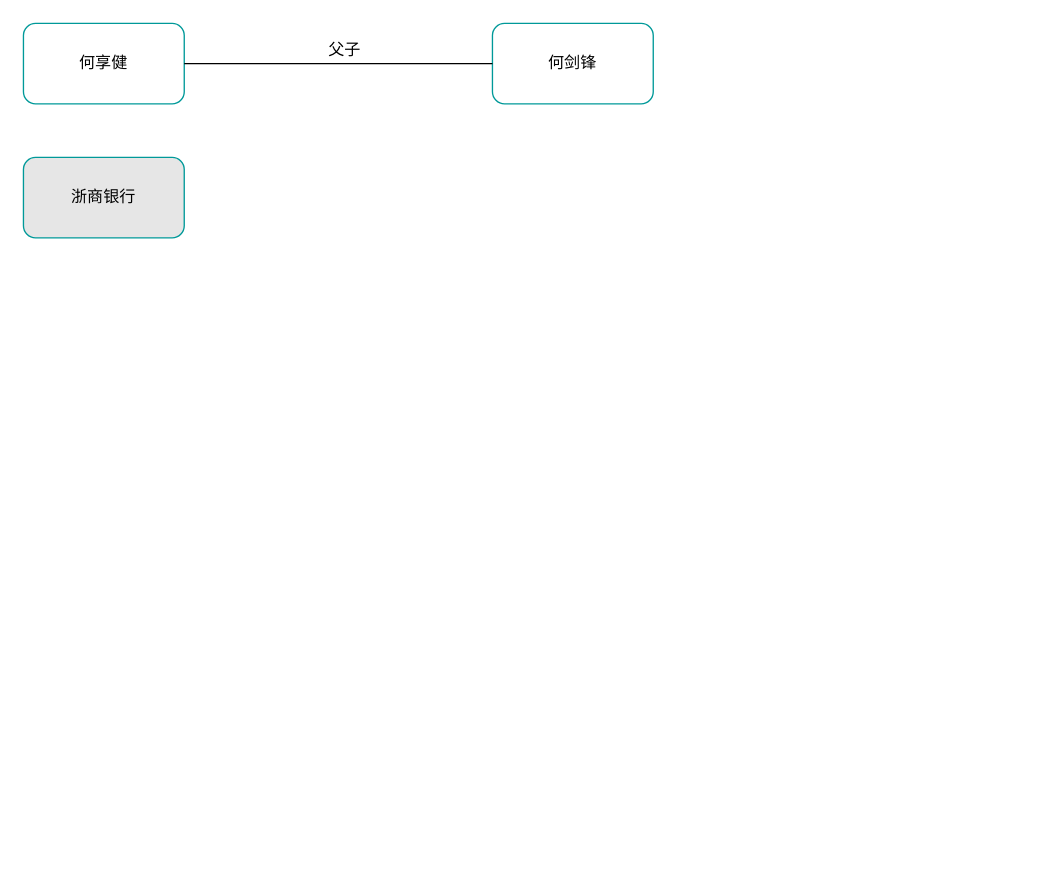
Above: Untitled Diagram.drawio in maofeifei/gitdemo (draw.io), before the change. Source tidied: cells renumbered, new cells numbered last; positions are measured from the earlier drawing's top-left corner, leaving out a move shared by most shapes. Both pictures are drawn from the tidied source at 134%, with x=0, y=0 at pixel (23, 23).
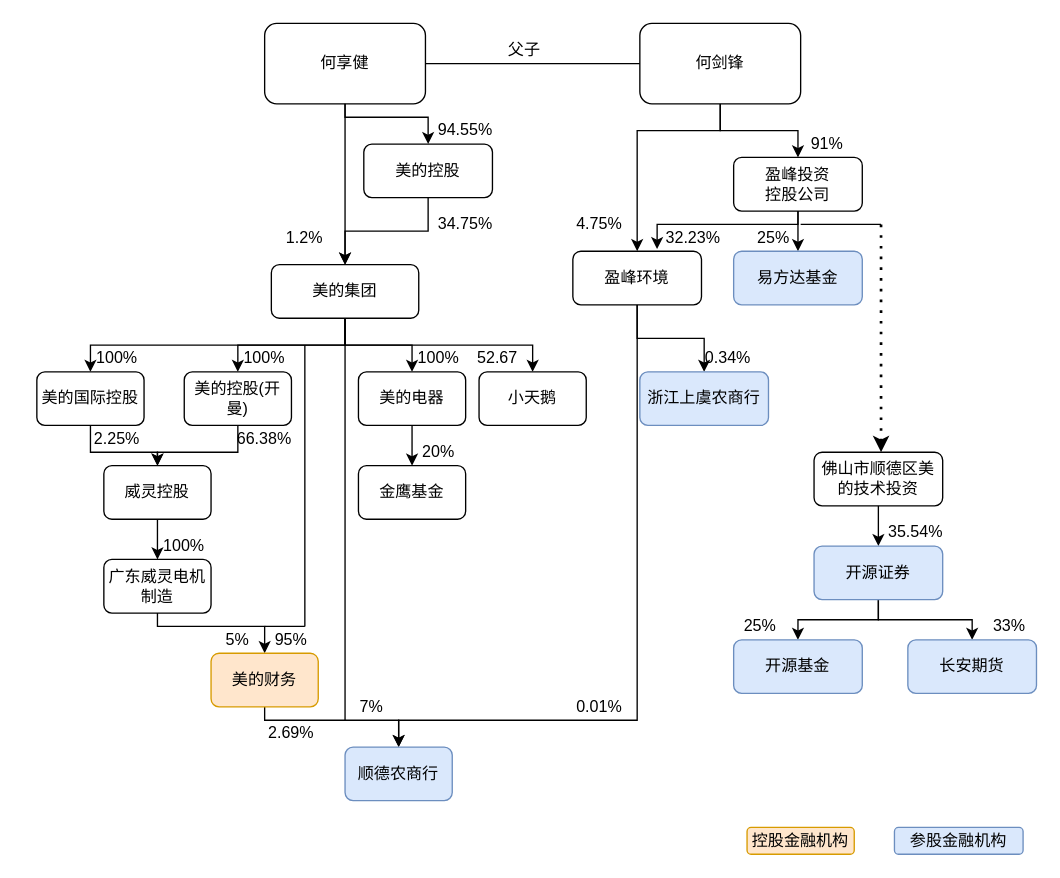
The same diagram, later.

Diff of the diagram source:
```diff
@@
+    <mxCell id="7" style="edgeStyle=orthogonalEdgeStyle;rounded=0;jettySize=auto;html=1;exitX=0.5;exitY=1;exitDx=0;exitDy=0;entryX=0.5;entryY=0;entryDx=0;entryDy=0;" parent="1" edge="1" source="2" target="17">
+      <mxGeometry relative="1" as="geometry">
+        <Array as="points">
+          <mxPoint x="240" y="70" />
+          <mxPoint x="302" y="70" />
+        </Array>
+      </mxGeometry>
+    </mxCell>
-    <mxCell id="2" value="何享健" style="rounded=1;whiteSpace=wrap;html=1;strokeColor=#009999;" parent="1" vertex="1">
-      <mxGeometry width="120" height="60" as="geometry" />
+    <mxCell id="2" value="何享健" style="rounded=1;whiteSpace=wrap;html=1;" parent="1" vertex="1">
+      <mxGeometry x="180" width="120" height="60" as="geometry" />
     </mxCell>
+    <mxCell id="8" style="edgeStyle=orthogonalEdgeStyle;jettySize=auto;html=1;dashed=1;dashPattern=1 3;endArrow=none;strokeWidth=2;strokeColor=none;" parent="1" edge="1" source="3">
+      <mxGeometry relative="1" as="geometry">
+        <mxPoint x="220" y="240" as="targetPoint" />
+      </mxGeometry>
+    </mxCell>
+    <mxCell id="9" style="edgeStyle=orthogonalEdgeStyle;jumpSize=6;jettySize=auto;html=1;entryX=0.5;entryY=0;entryDx=0;entryDy=0;endArrow=classic;strokeWidth=1;rounded=0;jumpStyle=none;endFill=1;" parent="1" edge="1" source="3" target="38">
+      <mxGeometry relative="1" as="geometry" />
+    </mxCell>
+    <mxCell id="10" style="edgeStyle=orthogonalEdgeStyle;rounded=0;jumpStyle=none;jumpSize=6;jettySize=auto;html=1;endArrow=classic;endFill=1;strokeWidth=1;" parent="1" edge="1" source="3" target="36">
+      <mxGeometry relative="1" as="geometry" />
+    </mxCell>
+    <mxCell id="11" style="edgeStyle=orthogonalEdgeStyle;rounded=0;jumpStyle=none;jumpSize=6;jettySize=auto;html=1;entryX=0.5;entryY=0;entryDx=0;entryDy=0;endArrow=classic;endFill=1;strokeWidth=1;" parent="1" edge="1" source="3" target="34">
+      <mxGeometry relative="1" as="geometry">
+        <Array as="points">
+          <mxPoint x="240" y="240" />
+          <mxPoint x="380" y="240" />
+        </Array>
+      </mxGeometry>
+    </mxCell>
+    <mxCell id="12" style="edgeStyle=orthogonalEdgeStyle;rounded=0;jumpStyle=none;jumpSize=6;jettySize=auto;html=1;endArrow=classic;endFill=1;strokeWidth=1;" parent="1" edge="1" source="3" target="40">
+      <mxGeometry relative="1" as="geometry">
+        <Array as="points">
+          <mxPoint x="240" y="240" />
+          <mxPoint x="50" y="240" />
+        </Array>
+      </mxGeometry>
+    </mxCell>
-    <mxCell id="3" value="浙商银行" style="rounded=1;whiteSpace=wrap;html=1;strokeColor=#009999;fillColor=#E6E6E6;" parent="1" vertex="1">
-      <mxGeometry y="100" width="120" height="60" as="geometry" />
+    <mxCell id="3" value="美的集团" style="rounded=1;whiteSpace=wrap;html=1;" parent="1" vertex="1">
+      <mxGeometry x="185" y="180" width="110" height="40" as="geometry" />
     </mxCell>
+    <mxCell id="13" style="edgeStyle=orthogonalEdgeStyle;rounded=0;jettySize=auto;html=1;exitX=0.5;exitY=1;exitDx=0;exitDy=0;entryX=0.5;entryY=0;entryDx=0;entryDy=0;" parent="1" edge="1" source="4" target="23">
+      <mxGeometry relative="1" as="geometry">
+        <Array as="points">
+          <mxPoint x="520" y="80" />
+          <mxPoint x="578" y="80" />
+        </Array>
+      </mxGeometry>
+    </mxCell>
+    <mxCell id="14" style="edgeStyle=orthogonalEdgeStyle;rounded=0;jettySize=auto;html=1;entryX=0.5;entryY=0;entryDx=0;entryDy=0;" parent="1" edge="1" source="4" target="26">
+      <mxGeometry relative="1" as="geometry">
+        <Array as="points">
+          <mxPoint x="520" y="80" />
+          <mxPoint x="458" y="80" />
+        </Array>
+      </mxGeometry>
+    </mxCell>
-    <mxCell id="4" value="何剑锋" style="rounded=1;whiteSpace=wrap;html=1;strokeColor=#009999;" parent="1" vertex="1">
-      <mxGeometry x="350" width="120" height="60" as="geometry" />
+    <mxCell id="4" value="何剑锋" style="rounded=1;whiteSpace=wrap;html=1;" parent="1" vertex="1">
+      <mxGeometry x="460" width="120" height="60" as="geometry" />
     </mxCell>
@@
     <mxCell id="6" value="父子" style="text;html=1;strokeColor=none;fillColor=none;align=center;verticalAlign=middle;whiteSpace=wrap;rounded=0;" parent="1" vertex="1">
-      <mxGeometry x="220" y="10" width="40" height="20" as="geometry" />
+      <mxGeometry x="354" y="10" width="40" height="20" as="geometry" />
     </mxCell>
+    <mxCell id="15" style="endArrow=classic;html=1;exitX=0.5;exitY=1;exitDx=0;exitDy=0;edgeStyle=orthogonalEdgeStyle;" parent="1" edge="1" source="2">
+      <mxGeometry relative="1" as="geometry">
+        <mxPoint x="240" y="180" as="targetPoint" />
+      </mxGeometry>
+    </mxCell>
+    <mxCell id="16" style="edgeStyle=orthogonalEdgeStyle;rounded=0;jettySize=auto;html=1;" parent="1" edge="1" source="17" target="3">
+      <mxGeometry relative="1" as="geometry" />
+    </mxCell>
+    <mxCell id="17" value="美的控股" style="rounded=1;whiteSpace=wrap;html=1;" parent="1" vertex="1">
+      <mxGeometry x="254" y="90" width="96" height="40" as="geometry" />
+    </mxCell>
+    <mxCell id="18" value="94.55%" style="text;html=1;strokeColor=none;fillColor=none;align=center;verticalAlign=middle;whiteSpace=wrap;rounded=0;" parent="1" vertex="1">
+      <mxGeometry x="310" y="70" width="40" height="20" as="geometry" />
+    </mxCell>
+    <mxCell id="19" value="1.2%" style="text;html=1;strokeColor=none;fillColor=none;align=center;verticalAlign=middle;whiteSpace=wrap;rounded=0;" parent="1" vertex="1">
+      <mxGeometry x="190" y="150" width="40" height="20" as="geometry" />
+    </mxCell>
+    <mxCell id="20" value="34.75%" style="text;html=1;strokeColor=none;fillColor=none;align=center;verticalAlign=middle;whiteSpace=wrap;rounded=0;" parent="1" vertex="1">
+      <mxGeometry x="310" y="140" width="40" height="20" as="geometry" />
+    </mxCell>
+    <mxCell id="21" style="edgeStyle=orthogonalEdgeStyle;rounded=0;jettySize=auto;html=1;" parent="1" edge="1" source="23" target="29">
+      <mxGeometry relative="1" as="geometry" />
+    </mxCell>
+    <mxCell id="22" style="edgeStyle=orthogonalEdgeStyle;rounded=0;jettySize=auto;html=1;exitX=0.5;exitY=1;exitDx=0;exitDy=0;entryX=0.655;entryY=-0.04;entryDx=0;entryDy=0;entryPerimeter=0;" parent="1" edge="1" source="23" target="26">
+      <mxGeometry relative="1" as="geometry">
+        <Array as="points">
+          <mxPoint x="578" y="150" />
+          <mxPoint x="473" y="150" />
+        </Array>
+      </mxGeometry>
+    </mxCell>
+    <mxCell id="23" value="盈峰投资&lt;br&gt;控股公司" style="rounded=1;whiteSpace=wrap;html=1;" parent="1" vertex="1">
+      <mxGeometry x="530" y="100" width="96" height="40" as="geometry" />
+    </mxCell>
+    <mxCell id="24" style="edgeStyle=orthogonalEdgeStyle;rounded=0;sketch=0;jettySize=auto;html=1;entryX=0.5;entryY=0;entryDx=0;entryDy=0;" parent="1" edge="1" source="26" target="64">
+      <mxGeometry relative="1" as="geometry" />
+    </mxCell>
+    <mxCell id="25" style="edgeStyle=elbowEdgeStyle;rounded=0;sketch=0;jettySize=auto;elbow=vertical;html=1;entryX=0.5;entryY=0;entryDx=0;entryDy=0;" parent="1" edge="1" source="26" target="60">
+      <mxGeometry relative="1" as="geometry">
+        <Array as="points">
+          <mxPoint x="380" y="520" />
+          <mxPoint x="458" y="240" />
+          <mxPoint x="450" y="220" />
+        </Array>
+      </mxGeometry>
+    </mxCell>
+    <mxCell id="26" value="盈峰环境" style="rounded=1;whiteSpace=wrap;html=1;" parent="1" vertex="1">
+      <mxGeometry x="410" y="170" width="96" height="40" as="geometry" />
+    </mxCell>
+    <mxCell id="27" value="91%" style="text;html=1;strokeColor=none;fillColor=none;align=center;verticalAlign=middle;whiteSpace=wrap;rounded=0;" parent="1" vertex="1">
+      <mxGeometry x="580" y="80" width="40" height="20" as="geometry" />
+    </mxCell>
+    <mxCell id="28" value="4.75%" style="text;html=1;strokeColor=none;fillColor=none;align=center;verticalAlign=middle;whiteSpace=wrap;rounded=0;" parent="1" vertex="1">
+      <mxGeometry x="410" y="140" width="40" height="20" as="geometry" />
+    </mxCell>
+    <mxCell id="29" value="易方达基金" style="rounded=1;whiteSpace=wrap;html=1;fillColor=#dae8fc;strokeColor=#6c8ebf;" parent="1" vertex="1">
+      <mxGeometry x="530" y="170" width="96" height="40" as="geometry" />
+    </mxCell>
+    <mxCell id="30" value="32.23%" style="text;html=1;strokeColor=none;fillColor=none;align=center;verticalAlign=middle;whiteSpace=wrap;rounded=0;" parent="1" vertex="1">
+      <mxGeometry x="480" y="150" width="40" height="20" as="geometry" />
+    </mxCell>
+    <mxCell id="31" value="25%" style="text;html=1;strokeColor=none;fillColor=none;align=center;verticalAlign=middle;whiteSpace=wrap;rounded=0;" parent="1" vertex="1">
+      <mxGeometry x="540" y="150" width="40" height="20" as="geometry" />
+    </mxCell>
+    <mxCell id="32" style="endArrow=none;html=1;exitX=1;exitY=0;exitDx=0;exitDy=0;" parent="1" edge="1" source="31">
+      <mxGeometry relative="1" as="geometry">
+        <mxPoint x="640" y="150" as="targetPoint" />
+        <Array as="points">
+          <mxPoint x="590" y="150" />
+          <mxPoint x="630" y="150" />
+        </Array>
+      </mxGeometry>
+    </mxCell>
+    <mxCell id="33" style="endArrow=classic;dashed=1;html=1;dashPattern=1 3;strokeWidth=2;jumpStyle=none;endFill=1;" parent="1" edge="1">
+      <mxGeometry relative="1" as="geometry">
+        <mxPoint x="640" y="150" as="sourcePoint" />
+        <mxPoint x="640" y="320" as="targetPoint" />
+      </mxGeometry>
+    </mxCell>
+    <mxCell id="34" value="小天鹅" style="rounded=1;whiteSpace=wrap;html=1;" parent="1" vertex="1">
+      <mxGeometry x="340" y="260" width="80" height="40" as="geometry" />
+    </mxCell>
+    <mxCell id="35" style="edgeStyle=orthogonalEdgeStyle;curved=0;rounded=1;sketch=0;jettySize=auto;html=1;entryX=0.5;entryY=0;entryDx=0;entryDy=0;" parent="1" edge="1" source="36" target="58">
+      <mxGeometry relative="1" as="geometry" />
+    </mxCell>
+    <mxCell id="36" value="美的电器" style="rounded=1;whiteSpace=wrap;html=1;" parent="1" vertex="1">
+      <mxGeometry x="250" y="260" width="80" height="40" as="geometry" />
+    </mxCell>
+    <mxCell id="37" style="edgeStyle=orthogonalEdgeStyle;rounded=0;jumpStyle=none;jumpSize=6;jettySize=auto;html=1;entryX=0.5;entryY=0;entryDx=0;entryDy=0;endArrow=classic;endFill=1;strokeWidth=1;" parent="1" edge="1" source="38" target="46">
+      <mxGeometry relative="1" as="geometry" />
+    </mxCell>
+    <mxCell id="38" value="美的控股(开曼)" style="rounded=1;whiteSpace=wrap;html=1;" parent="1" vertex="1">
+      <mxGeometry x="120" y="260" width="80" height="40" as="geometry" />
+    </mxCell>
+    <mxCell id="39" style="edgeStyle=orthogonalEdgeStyle;rounded=0;jumpStyle=none;jumpSize=6;jettySize=auto;html=1;entryX=0.5;entryY=0;entryDx=0;entryDy=0;endArrow=classic;endFill=1;strokeWidth=1;" parent="1" edge="1" source="40" target="46">
+      <mxGeometry relative="1" as="geometry" />
+    </mxCell>
+    <mxCell id="40" value="美的国际控股" style="rounded=1;whiteSpace=wrap;html=1;" parent="1" vertex="1">
+      <mxGeometry x="10" y="260" width="80" height="40" as="geometry" />
+    </mxCell>
+    <mxCell id="41" value="100%" style="text;html=1;strokeColor=none;fillColor=none;align=center;verticalAlign=middle;whiteSpace=wrap;rounded=0;" parent="1" vertex="1">
+      <mxGeometry x="50" y="240" width="40" height="20" as="geometry" />
+    </mxCell>
+    <mxCell id="42" value="100%" style="text;html=1;strokeColor=none;fillColor=none;align=center;verticalAlign=middle;whiteSpace=wrap;rounded=0;" parent="1" vertex="1">
+      <mxGeometry x="160" y="240" width="40" height="20" as="geometry" />
+    </mxCell>
+    <mxCell id="43" value="100%" style="text;html=1;strokeColor=none;fillColor=none;align=center;verticalAlign=middle;whiteSpace=wrap;rounded=0;" parent="1" vertex="1">
+      <mxGeometry x="290" y="240" width="40" height="20" as="geometry" />
+    </mxCell>
+    <mxCell id="44" value="52.67" style="text;html=1;strokeColor=none;fillColor=none;align=center;verticalAlign=middle;whiteSpace=wrap;rounded=0;" parent="1" vertex="1">
+      <mxGeometry x="334" y="240" width="40" height="20" as="geometry" />
+    </mxCell>
+    <mxCell id="45" style="edgeStyle=orthogonalEdgeStyle;rounded=0;jumpStyle=none;jumpSize=6;jettySize=auto;html=1;entryX=0.5;entryY=0;entryDx=0;entryDy=0;endArrow=classic;endFill=1;strokeWidth=1;" parent="1" edge="1" source="46" target="50">
+      <mxGeometry relative="1" as="geometry" />
+    </mxCell>
+    <mxCell id="46" value="威灵控股" style="rounded=1;whiteSpace=wrap;html=1;" parent="1" vertex="1">
+      <mxGeometry x="60" y="330" width="80" height="40" as="geometry" />
+    </mxCell>
+    <mxCell id="47" value="2.25%" style="text;html=1;strokeColor=none;fillColor=none;align=center;verticalAlign=middle;whiteSpace=wrap;rounded=0;" parent="1" vertex="1">
+      <mxGeometry x="50" y="300" width="40" height="20" as="geometry" />
+    </mxCell>
+    <mxCell id="48" value="66.38%" style="text;html=1;strokeColor=none;fillColor=none;align=center;verticalAlign=middle;whiteSpace=wrap;rounded=0;" parent="1" vertex="1">
+      <mxGeometry x="160" y="300" width="40" height="20" as="geometry" />
+    </mxCell>
+    <mxCell id="49" style="edgeStyle=orthogonalEdgeStyle;rounded=0;jumpStyle=none;jumpSize=6;jettySize=auto;html=1;entryX=0.5;entryY=0;entryDx=0;entryDy=0;endArrow=classic;endFill=1;strokeWidth=1;" parent="1" edge="1" source="50" target="53">
+      <mxGeometry relative="1" as="geometry">
+        <Array as="points">
+          <mxPoint x="100" y="450" />
+          <mxPoint x="180" y="450" />
+        </Array>
+      </mxGeometry>
+    </mxCell>
+    <mxCell id="50" value="广东威灵电机制造" style="rounded=1;whiteSpace=wrap;html=1;" parent="1" vertex="1">
+      <mxGeometry x="60" y="400" width="80" height="40" as="geometry" />
+    </mxCell>
+    <mxCell id="51" value="100%" style="text;html=1;strokeColor=none;fillColor=none;align=center;verticalAlign=middle;whiteSpace=wrap;rounded=0;" parent="1" vertex="1">
+      <mxGeometry x="100" y="380" width="40" height="20" as="geometry" />
+    </mxCell>
+    <mxCell id="52" style="edgeStyle=orthogonalEdgeStyle;rounded=0;sketch=0;jettySize=auto;html=1;entryX=0.5;entryY=0;entryDx=0;entryDy=0;" parent="1" edge="1" source="53" target="60">
+      <mxGeometry relative="1" as="geometry">
+        <Array as="points">
+          <mxPoint x="180" y="520" />
+          <mxPoint x="280" y="520" />
+        </Array>
+      </mxGeometry>
+    </mxCell>
+    <mxCell id="53" value="美的财务" style="rounded=1;whiteSpace=wrap;html=1;fillColor=#ffe6cc;strokeColor=#d79b00;" parent="1" vertex="1">
+      <mxGeometry x="140" y="470" width="80" height="40" as="geometry" />
+    </mxCell>
+    <mxCell id="54" value="5%" style="text;html=1;strokeColor=none;fillColor=none;align=center;verticalAlign=middle;whiteSpace=wrap;rounded=0;" parent="1" vertex="1">
+      <mxGeometry x="140" y="450" width="40" height="20" as="geometry" />
+    </mxCell>
+    <mxCell id="55" style="endArrow=none;html=1;strokeWidth=1;" parent="1" edge="1">
+      <mxGeometry relative="1" as="geometry">
+        <mxPoint x="210" y="450" as="sourcePoint" />
+        <mxPoint x="210" y="240" as="targetPoint" />
+      </mxGeometry>
+    </mxCell>
+    <mxCell id="56" style="endArrow=none;html=1;strokeWidth=1;exitX=1;exitY=0;exitDx=0;exitDy=0;" parent="1" edge="1" source="54">
+      <mxGeometry relative="1" as="geometry">
+        <mxPoint x="210" y="450" as="targetPoint" />
+      </mxGeometry>
+    </mxCell>
+    <mxCell id="57" value="95%" style="text;html=1;strokeColor=none;fillColor=none;align=center;verticalAlign=middle;whiteSpace=wrap;rounded=0;" parent="1" vertex="1">
+      <mxGeometry x="180" y="450" width="40" height="20" as="geometry" />
+    </mxCell>
+    <mxCell id="58" value="金鹰基金" style="rounded=1;whiteSpace=wrap;html=1;" parent="1" vertex="1">
+      <mxGeometry x="250" y="330" width="80" height="40" as="geometry" />
+    </mxCell>
+    <mxCell id="59" value="20%" style="text;html=1;strokeColor=none;fillColor=none;align=center;verticalAlign=middle;whiteSpace=wrap;rounded=0;sketch=0;" parent="1" vertex="1">
+      <mxGeometry x="290" y="310" width="40" height="20" as="geometry" />
+    </mxCell>
+    <mxCell id="60" value="顺德农商行" style="rounded=1;whiteSpace=wrap;html=1;fillColor=#dae8fc;strokeColor=#6c8ebf;" parent="1" vertex="1">
+      <mxGeometry x="240" y="540" width="80" height="40" as="geometry" />
+    </mxCell>
+    <mxCell id="61" style="endArrow=none;html=1;" parent="1" edge="1">
+      <mxGeometry relative="1" as="geometry">
+        <mxPoint x="240" y="520" as="sourcePoint" />
+        <mxPoint x="240" y="240" as="targetPoint" />
+      </mxGeometry>
+    </mxCell>
+    <mxCell id="62" value="2.69%" style="text;html=1;strokeColor=none;fillColor=none;align=center;verticalAlign=middle;whiteSpace=wrap;rounded=0;sketch=0;" parent="1" vertex="1">
+      <mxGeometry x="180" y="520" width="40" height="20" as="geometry" />
+    </mxCell>
+    <mxCell id="63" value="7%" style="text;html=1;strokeColor=none;fillColor=none;align=center;verticalAlign=middle;whiteSpace=wrap;rounded=0;sketch=0;" parent="1" vertex="1">
+      <mxGeometry x="240" y="500" width="40" height="20" as="geometry" />
+    </mxCell>
+    <mxCell id="64" value="浙江上虞农商行" style="rounded=1;whiteSpace=wrap;html=1;fillColor=#dae8fc;strokeColor=#6c8ebf;" parent="1" vertex="1">
+      <mxGeometry x="460" y="260" width="96" height="40" as="geometry" />
+    </mxCell>
+    <mxCell id="65" value="0.34%" style="text;html=1;strokeColor=none;fillColor=none;align=center;verticalAlign=middle;whiteSpace=wrap;rounded=0;sketch=0;" parent="1" vertex="1">
+      <mxGeometry x="506" y="240" width="40" height="20" as="geometry" />
+    </mxCell>
+    <mxCell id="66" value="0.01%" style="text;html=1;strokeColor=none;fillColor=none;align=center;verticalAlign=middle;whiteSpace=wrap;rounded=0;sketch=0;" parent="1" vertex="1">
+      <mxGeometry x="410" y="500" width="40" height="20" as="geometry" />
+    </mxCell>
+    <mxCell id="67" style="edgeStyle=elbowEdgeStyle;rounded=0;sketch=0;jettySize=auto;elbow=vertical;html=1;entryX=0.5;entryY=0;entryDx=0;entryDy=0;endArrow=classic;endFill=1;" parent="1" edge="1" source="68" target="71">
+      <mxGeometry relative="1" as="geometry" />
+    </mxCell>
+    <mxCell id="68" value="佛山市顺德区美的技术投资" style="rounded=1;whiteSpace=wrap;html=1;" parent="1" vertex="1">
+      <mxGeometry x="590" y="320" width="96" height="40" as="geometry" />
+    </mxCell>
+    <mxCell id="69" style="edgeStyle=elbowEdgeStyle;rounded=0;sketch=0;jettySize=auto;elbow=vertical;html=1;entryX=0.5;entryY=0;entryDx=0;entryDy=0;endArrow=classic;endFill=1;" parent="1" edge="1" source="71" target="73">
+      <mxGeometry relative="1" as="geometry" />
+    </mxCell>
+    <mxCell id="70" style="edgeStyle=elbowEdgeStyle;rounded=0;sketch=0;jettySize=auto;elbow=vertical;html=1;entryX=0.5;entryY=0;entryDx=0;entryDy=0;endArrow=classic;endFill=1;" parent="1" edge="1" source="71" target="74">
+      <mxGeometry relative="1" as="geometry" />
+    </mxCell>
+    <mxCell id="71" value="开源证券" style="rounded=1;whiteSpace=wrap;html=1;fillColor=#dae8fc;strokeColor=#6c8ebf;" parent="1" vertex="1">
+      <mxGeometry x="590" y="390" width="96" height="40" as="geometry" />
+    </mxCell>
+    <mxCell id="72" value="35.54%" style="text;html=1;strokeColor=none;fillColor=none;align=center;verticalAlign=middle;whiteSpace=wrap;rounded=0;sketch=0;" parent="1" vertex="1">
+      <mxGeometry x="646" y="370" width="40" height="20" as="geometry" />
+    </mxCell>
+    <mxCell id="73" value="长安期货" style="rounded=1;whiteSpace=wrap;html=1;fillColor=#dae8fc;strokeColor=#6c8ebf;" parent="1" vertex="1">
+      <mxGeometry x="660" y="460" width="96" height="40" as="geometry" />
+    </mxCell>
+    <mxCell id="74" value="开源基金" style="rounded=1;whiteSpace=wrap;html=1;fillColor=#dae8fc;strokeColor=#6c8ebf;" parent="1" vertex="1">
+      <mxGeometry x="530" y="460" width="96" height="40" as="geometry" />
+    </mxCell>
+    <mxCell id="75" value="25%" style="text;html=1;strokeColor=none;fillColor=none;align=center;verticalAlign=middle;whiteSpace=wrap;rounded=0;sketch=0;" parent="1" vertex="1">
+      <mxGeometry x="530" y="440" width="40" height="20" as="geometry" />
+    </mxCell>
+    <mxCell id="76" value="33%" style="text;html=1;strokeColor=none;fillColor=none;align=center;verticalAlign=middle;whiteSpace=wrap;rounded=0;sketch=0;" parent="1" vertex="1">
+      <mxGeometry x="716" y="440" width="40" height="20" as="geometry" />
+    </mxCell>
+    <mxCell id="77" value="控股金融机构" style="rounded=1;whiteSpace=wrap;html=1;fillColor=#ffe6cc;strokeColor=#d79b00;" parent="1" vertex="1">
+      <mxGeometry x="540" y="600" width="80" height="20" as="geometry" />
+    </mxCell>
+    <mxCell id="78" value="参股金融机构" style="rounded=1;whiteSpace=wrap;html=1;fillColor=#dae8fc;strokeColor=#6c8ebf;" parent="1" vertex="1">
+      <mxGeometry x="650" y="600" width="96" height="20" as="geometry" />
+    </mxCell>
```
